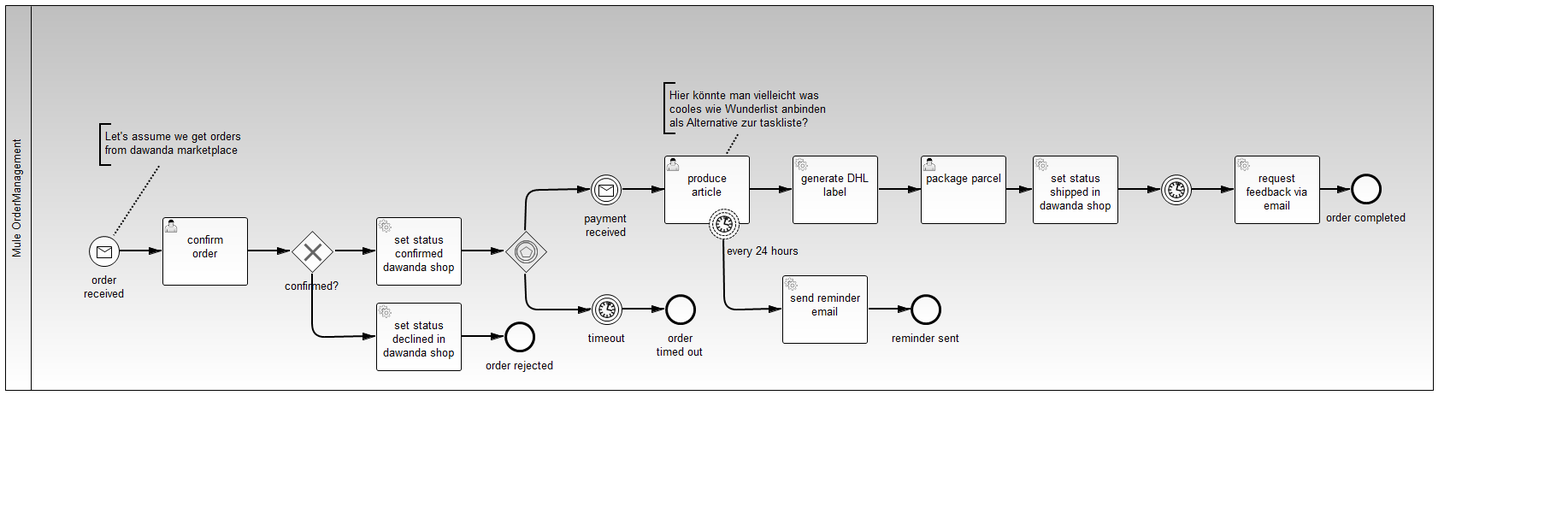
The BPMN diagram mule-camunda-24-app/src/main/resources/mule-order-management.png in berndruecker/mule-camunda-24, before a commit. Its source is kept beside it as mule-camunda-24-app/src/main/resources/mule-order-management.bpmn. Ids are renumbered.
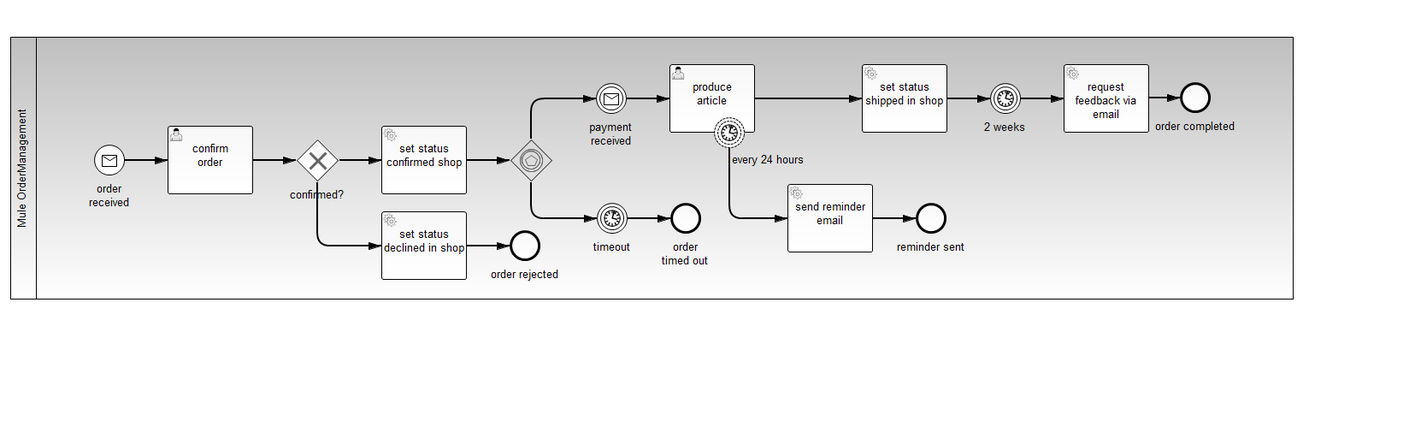
Above is the later version.

Commit message:
process no longer executable

Change to the diagram source:
```diff
@@ -2,7 +2,7 @@
   <bpmn2:collaboration id="_Collaboration_2">
     <bpmn2:participant id="_Participant_2" name="Mule OrderManagement" processRef="mule-order-management"/>
   </bpmn2:collaboration>
-  <bpmn2:process id="mule-order-management" name="Mule OrderManagement" isExecutable="true">
+  <bpmn2:process id="mule-order-management" name="Mule OrderManagement" isExecutable="false">
     <bpmn2:startEvent id="StartEvent_1" name="order&#xD;&#xA;received">
       <bpmn2:outgoing>SequenceFlow_1</bpmn2:outgoing>
       <bpmn2:messageEventDefinition id="_MessageEventDefinition_2"/>
```
